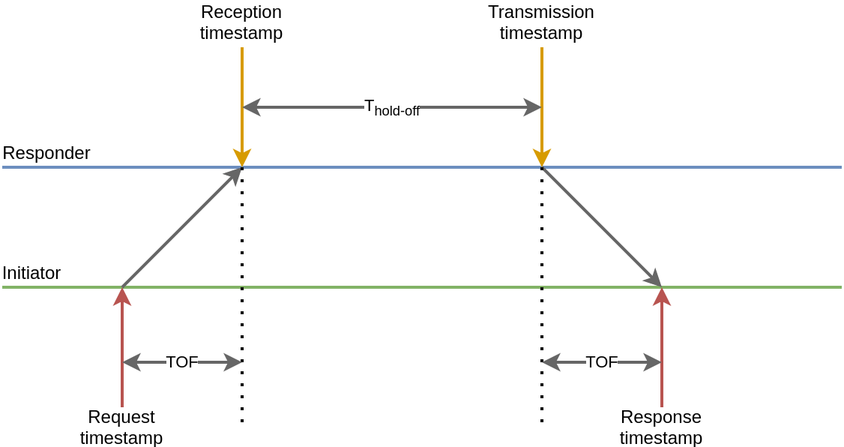
Before: reports/03_firmware/img/twr_timing.png, a diagram exported from draw.io (tuannv-github/uwb-ips). Source tidied: cells renumbered, new cells last; positions are measured from the earlier drawing's top-left corner, leaving out a move shared by most shapes.
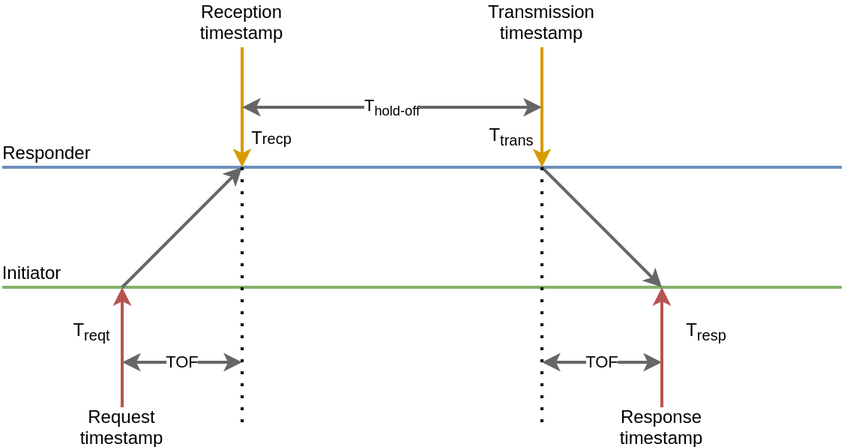
The same diagram one commit later.

The edit, as a diff of the source:
```diff
@@ -98,5 +98,17 @@
         <mxPoint x="440" y="240" as="targetPoint" />
       </mxGeometry>
     </mxCell>
+    <mxCell id="21" value="T&lt;sub&gt;reqt&lt;/sub&gt;" style="text;html=1;strokeColor=none;fillColor=none;align=center;verticalAlign=middle;whiteSpace=wrap;rounded=0;" parent="1" vertex="1">
+      <mxGeometry x="40" y="210" width="40" height="20" as="geometry" />
+    </mxCell>
+    <mxCell id="22" value="T&lt;sub&gt;resp&lt;/sub&gt;" style="text;html=1;strokeColor=none;fillColor=none;align=center;verticalAlign=middle;whiteSpace=wrap;rounded=0;" parent="1" vertex="1">
+      <mxGeometry x="450" y="210" width="40" height="20" as="geometry" />
+    </mxCell>
+    <mxCell id="23" value="T&lt;sub&gt;trans&lt;/sub&gt;" style="text;html=1;strokeColor=none;fillColor=none;align=center;verticalAlign=middle;whiteSpace=wrap;rounded=0;" parent="1" vertex="1">
+      <mxGeometry x="320" y="80" width="40" height="20" as="geometry" />
+    </mxCell>
+    <mxCell id="24" value="T&lt;span style=&quot;font-size: 10px&quot;&gt;recp&lt;/span&gt;" style="text;html=1;strokeColor=none;fillColor=none;align=center;verticalAlign=middle;whiteSpace=wrap;rounded=0;" parent="1" vertex="1">
+      <mxGeometry x="160" y="80" width="40" height="20" as="geometry" />
+    </mxCell>
   </root>
 </mxGraphModel>
```
